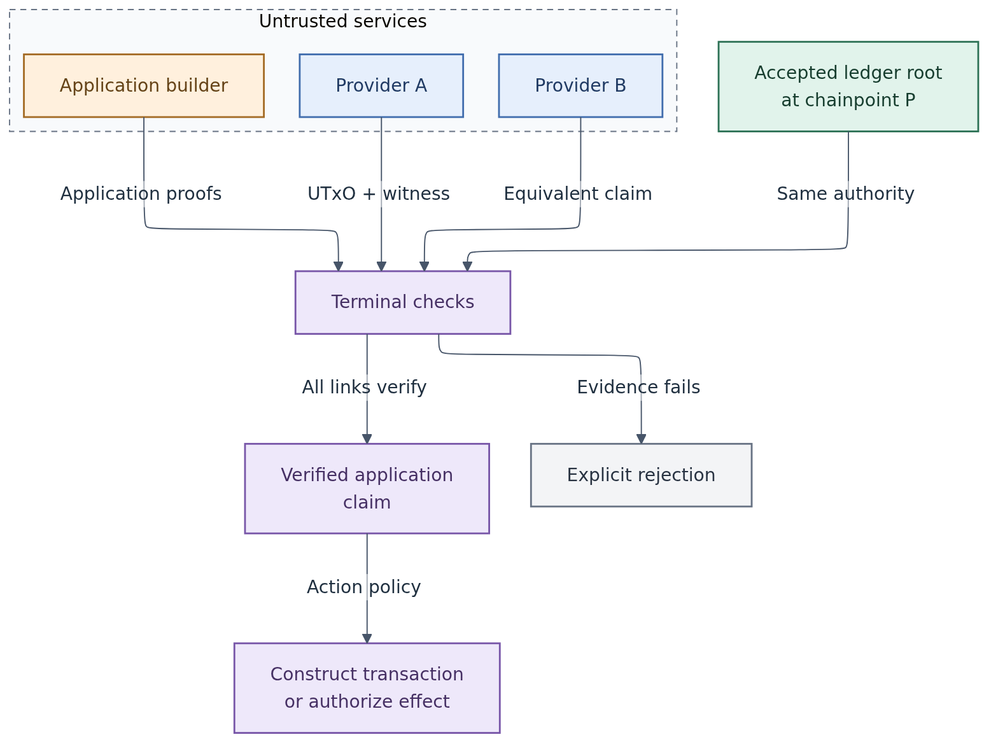
The Mermaid diagram docs/diagrams/roadmap-journey.png in lambdasistemi/lockness, before a commit. Its source is kept beside it as docs/diagrams/roadmap-journey.mmd. Its diagram source:
```mermaid
---
config:
  layout: elk
  theme: base
  themeVariables:
    fontFamily: "Helvetica, Arial, sans-serif"
    fontSize: "15px"
    primaryTextColor: "#203040"
    lineColor: "#475569"
    edgeLabelBackground: "#ffffff"
  flowchart:
    htmlLabels: false
    nodeSpacing: 25
    rankSpacing: 45
  elk:
    nodePlacementStrategy: BRANDES_KOEPF
    mergeEdges: false
---
flowchart TB
    R[Accepted ledger root<br/>at chainpoint P]:::anchor -->|Same authority| T[Terminal checks]:::terminal
    subgraph U[Untrusted services]
      A[Provider A]:::ledger
      B[Provider B]:::ledger
      P[Application builder]:::app
    end
    A -->|UTxO + witness| T
    B -->|Equivalent claim| T
    P -->|Application proofs| T
    T -->|All links verify| V[Verified application<br/>claim]:::terminal
    T -->|Evidence fails| E[Explicit rejection]:::neutral
    V -->|Action policy| X[Construct transaction<br/>or authorize effect]:::terminal
    style U fill:#f8fafc,stroke:#687384,stroke-dasharray:5 4
    classDef anchor fill:#e1f3eb,stroke:#2c7155,stroke-width:1.5px,color:#163d2e
    classDef ledger fill:#e6effc,stroke:#416dad,stroke-width:1.5px,color:#203a63
    classDef app fill:#fff0dd,stroke:#a46b25,stroke-width:1.5px,color:#644317
    classDef terminal fill:#eee8fa,stroke:#7856a8,stroke-width:1.5px,color:#463064
    classDef neutral fill:#f3f4f6,stroke:#687384,stroke-width:1.5px,color:#293342
```
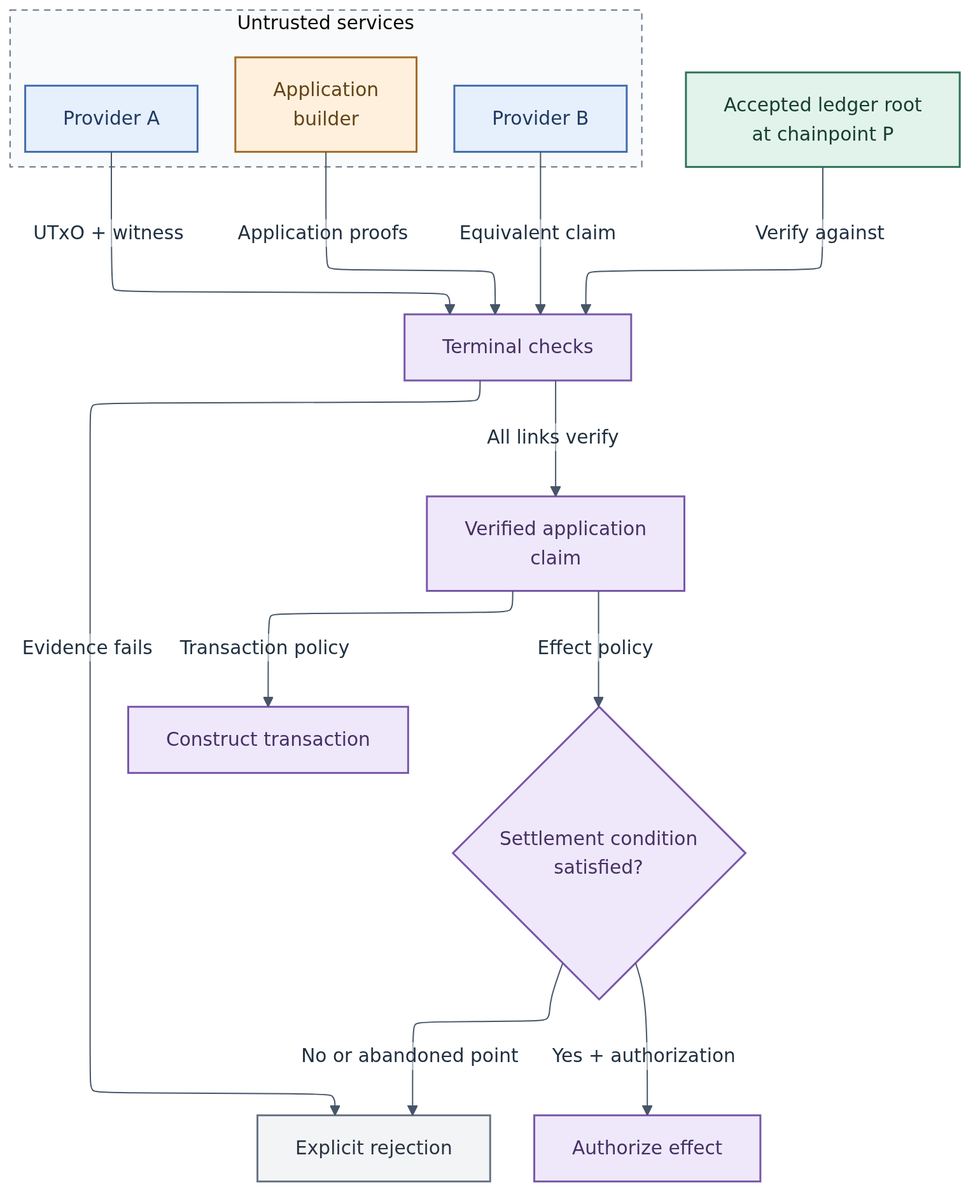
The same diagram one commit later.

Diff of the diagram source:
```diff
@@ -17,18 +17,21 @@
     mergeEdges: false
 ---
 flowchart TB
-    R[Accepted ledger root<br/>at chainpoint P]:::anchor -->|Same authority| T[Terminal checks]:::terminal
+    R[Accepted ledger root<br/>at chainpoint P]:::anchor -->|Verify against| T[Terminal checks]:::terminal
     subgraph U[Untrusted services]
       A[Provider A]:::ledger
       B[Provider B]:::ledger
-      P[Application builder]:::app
+      P[Application<br/>builder]:::app
     end
     A -->|UTxO + witness| T
     B -->|Equivalent claim| T
     P -->|Application proofs| T
     T -->|All links verify| V[Verified application<br/>claim]:::terminal
     T -->|Evidence fails| E[Explicit rejection]:::neutral
-    V -->|Action policy| X[Construct transaction<br/>or authorize effect]:::terminal
+    V -->|Transaction policy| X[Construct transaction]:::terminal
+    V -->|Effect policy| S{Settlement condition<br/>satisfied?}:::terminal
+    S -->|Yes + authorization| F[Authorize effect]:::terminal
+    S -->|No or abandoned point| E
     style U fill:#f8fafc,stroke:#687384,stroke-dasharray:5 4
     classDef anchor fill:#e1f3eb,stroke:#2c7155,stroke-width:1.5px,color:#163d2e
     classDef ledger fill:#e6effc,stroke:#416dad,stroke-width:1.5px,color:#203a63
```
